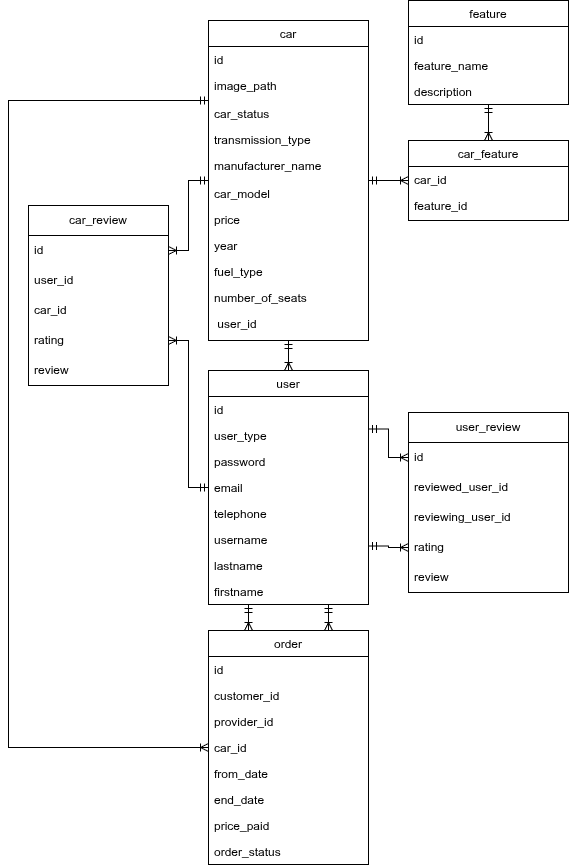
Earlier version of the draw.io export Doc/databaseScheme.drawio.png (Nezerpz/IDATA2306-Project-2025). Source tidied: cells renumbered, new cells last; positions are measured from the earlier drawing's top-left corner, leaving out a move shared by most shapes.
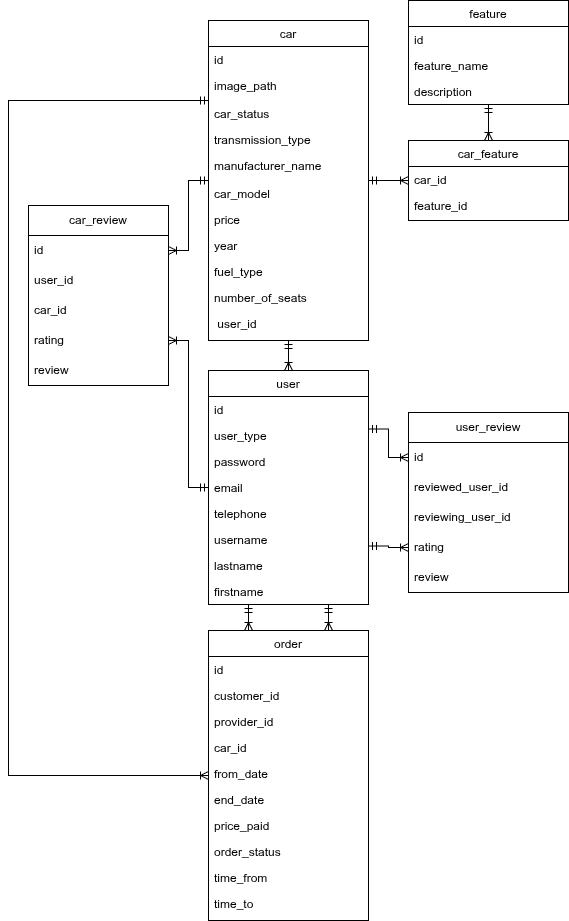
The same file after the commit.

The edit, as a diff of the source:
```diff
@@ -39,7 +39,7 @@
       <mxGeometry y="290" width="160" height="26" as="geometry" />
     </mxCell>
     <mxCell id="14" value="order" style="swimlane;fontStyle=0;align=center;verticalAlign=top;horizontal=1;startSize=26;rounded=0;shadow=0;strokeWidth=1;" parent="1" vertex="1">
-      <mxGeometry x="200" y="630" width="160" height="234" as="geometry" />
+      <mxGeometry x="200" y="630" width="160" height="290" as="geometry" />
     </mxCell>
     <mxCell id="15" value="id" style="text;align=left;verticalAlign=top;spacingLeft=4;spacingRight=4;overflow=hidden;" parent="14" vertex="1">
       <mxGeometry y="26" width="160" height="26" as="geometry" />
@@ -65,6 +65,12 @@
     <mxCell id="22" value="order_status&#10;" style="text;align=left;verticalAlign=top;spacingLeft=4;spacingRight=4;overflow=hidden;" parent="14" vertex="1">
       <mxGeometry y="208" width="160" height="26" as="geometry" />
     </mxCell>
+    <mxCell id="61" value="time_from" style="text;align=left;verticalAlign=top;spacingLeft=4;spacingRight=4;overflow=hidden;" parent="14" vertex="1">
+      <mxGeometry y="234" width="160" height="26" as="geometry" />
+    </mxCell>
+    <mxCell id="62" value="time_to" style="text;align=left;verticalAlign=top;spacingLeft=4;spacingRight=4;overflow=hidden;" parent="14" vertex="1">
+      <mxGeometry y="260" width="160" height="26" as="geometry" />
+    </mxCell>
     <mxCell id="23" value="car_feature" style="swimlane;fontStyle=0;align=center;verticalAlign=top;horizontal=1;startSize=26;rounded=0;shadow=0;strokeWidth=1;" parent="1" vertex="1">
       <mxGeometry x="400" y="140" width="160" height="80" as="geometry" />
     </mxCell>
```
